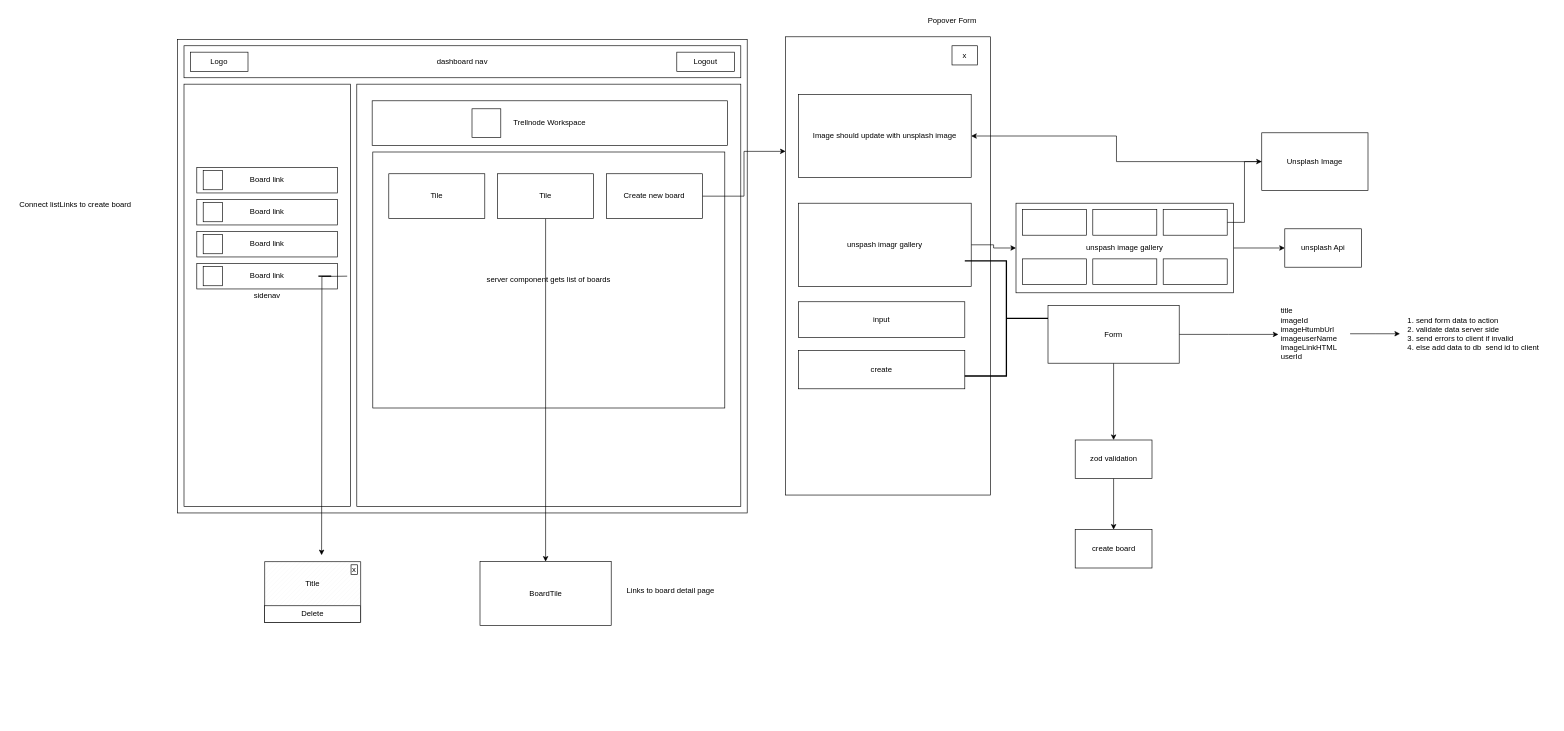
Before: page "Boards Page" (3 of 4) of public/Untitled Diagram.drawio in eric-nichols-nyc/trellnode, a draw.io diagram. Source tidied: cells renumbered, new cells numbered last; positions are measured from the earlier drawing's top-left corner, leaving out a move shared by most shapes. Both pictures are drawn from the tidied source at 64%, with x=0, y=0 at pixel (11, 11).
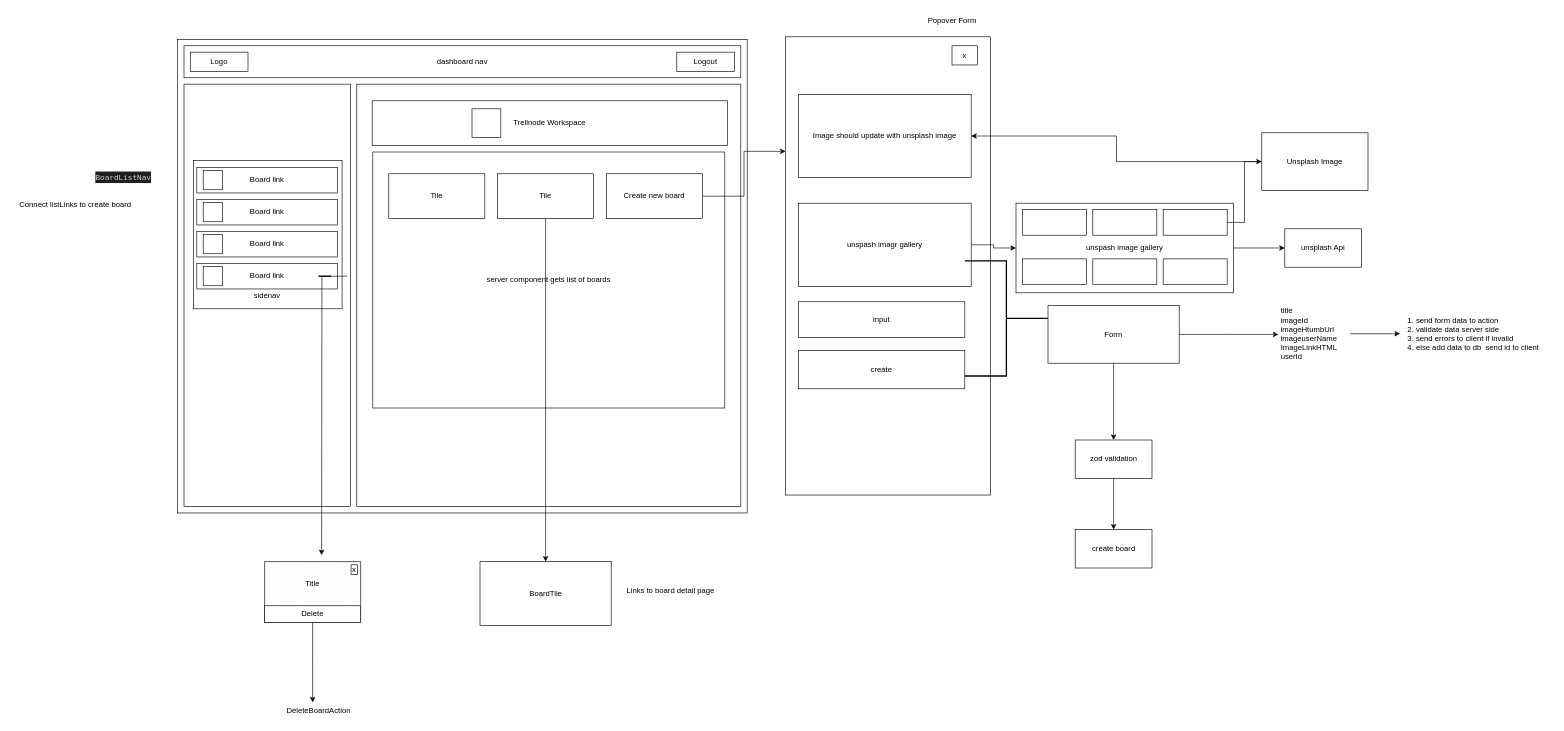
Above is the later version.

The change refers to these unchanged cells:
```xml
<mxCell id="56" style="group;" parent="1" vertex="1">
  <mxGeometry x="396" y="860" width="150" height="95" as="geometry" />
</mxCell>
<mxCell id="58" value="Delete" style="rounded=0;whiteSpace=wrap;html=1;" parent="56" vertex="1">
  <mxGeometry y="69" width="150" height="26" as="geometry" />
</mxCell>
```

Diff of the diagram source:
```diff
@@
+    <mxCell id="64" style="edgeStyle=orthogonalEdgeStyle;rounded=0;jettySize=auto;html=1;" parent="56" edge="1" source="58">
+      <mxGeometry relative="1" as="geometry">
+        <mxPoint x="75" y="220" as="targetPoint" />
+      </mxGeometry>
+    </mxCell>
@@
+    <mxCell id="65" style="whiteSpace=wrap;html=1;fillColor=none;" parent="1" vertex="1">
+      <mxGeometry x="285" y="233" width="232" height="232" as="geometry" />
+    </mxCell>
+    <mxCell id="66" value="&lt;div style=&quot;color: rgb(204, 204, 204); background-color: rgb(31, 31, 31); font-family: Menlo, Monaco, &amp;quot;Courier New&amp;quot;, monospace; line-height: 18px;&quot;&gt;BoardListNav&lt;/div&gt;" style="text;html=1;align=center;verticalAlign=middle;strokeColor=none;fillColor=none;" parent="1" vertex="1">
+      <mxGeometry x="120" y="244" width="110" height="30" as="geometry" />
+    </mxCell>
+    <mxCell id="67" value="DeleteBoardAction" style="text;html=1;align=center;verticalAlign=middle;strokeColor=none;fillColor=none;" parent="1" vertex="1">
+      <mxGeometry x="420" y="1078" width="120" height="30" as="geometry" />
+    </mxCell>
```
